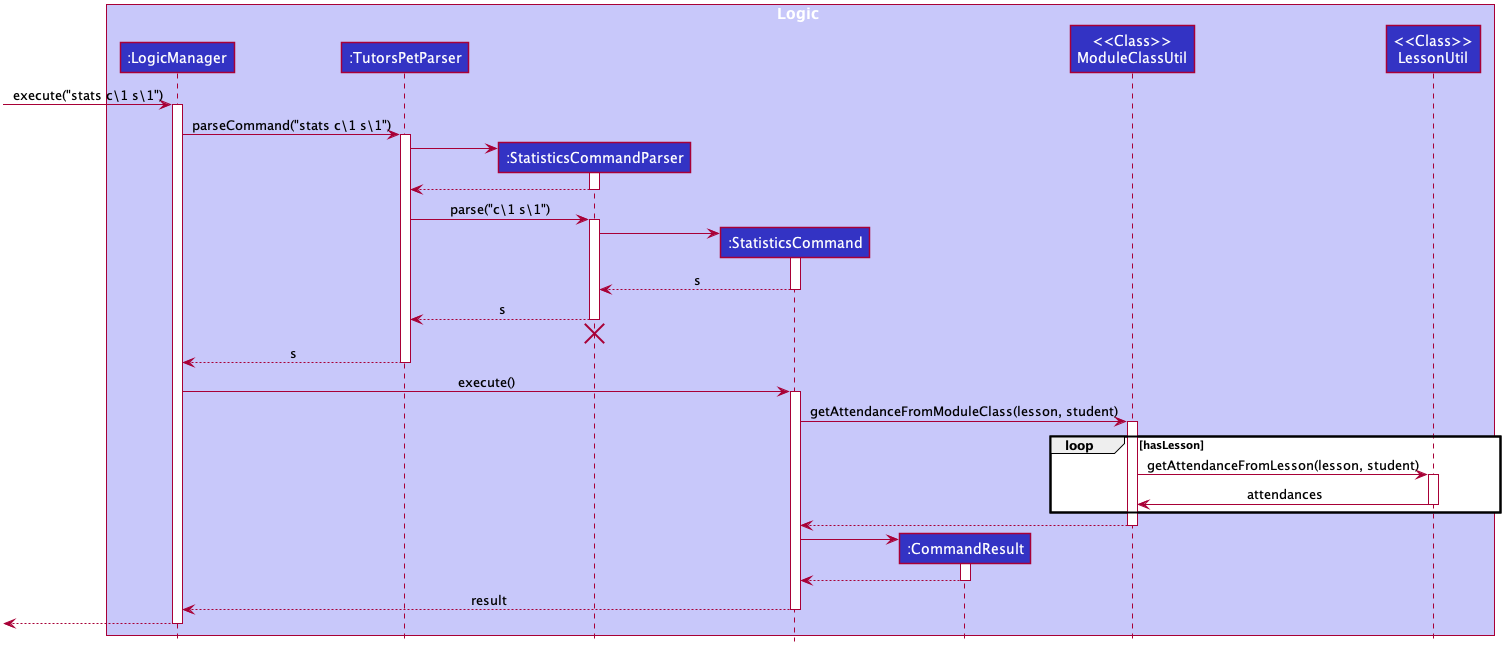
Before: docs/images/StatisticsSequenceDiagram.png, a diagram exported from PlantUML (ypinhsuan/tp).
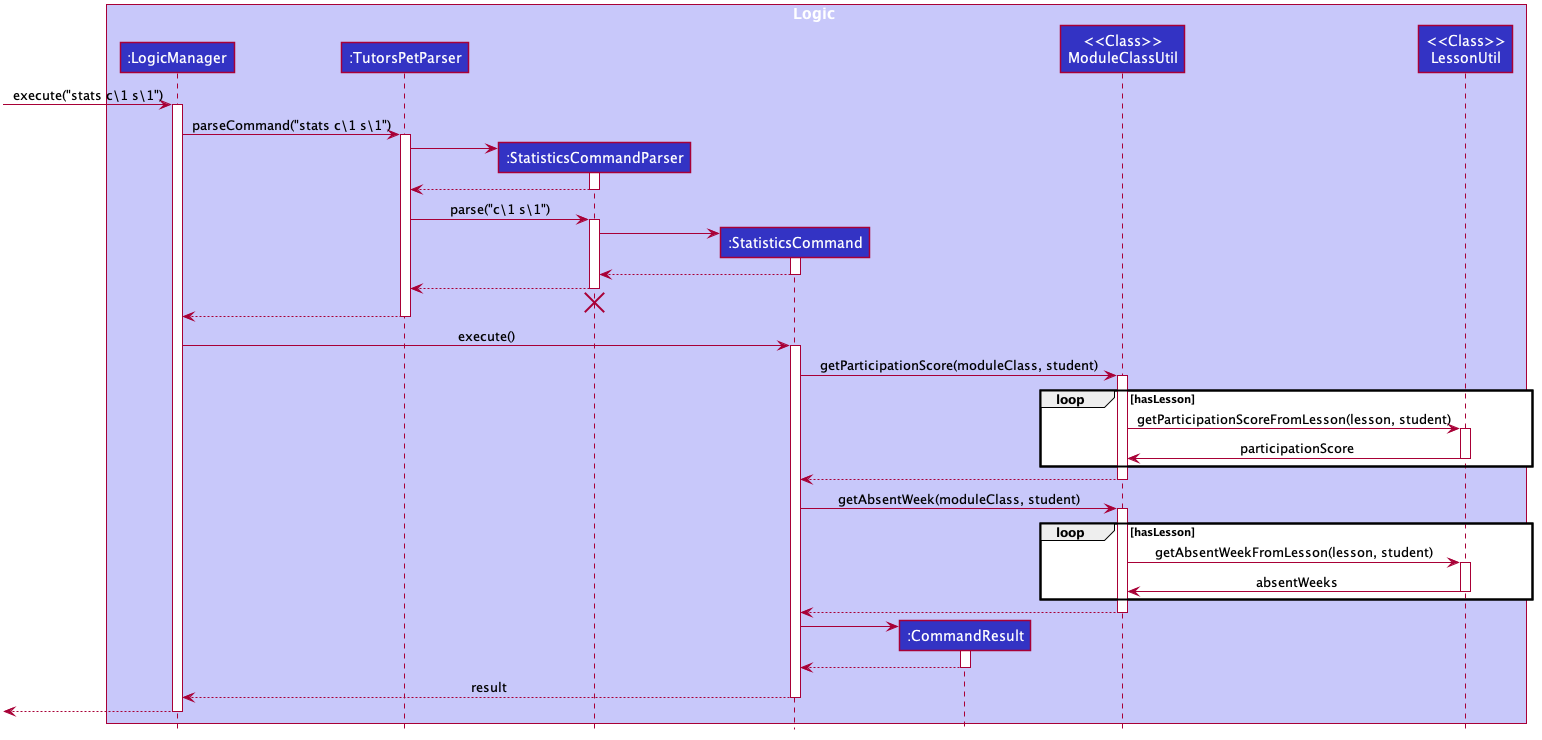
Later version of the same file.

Diff of the diagram source:
```diff
@@ -56,7 +56,6 @@
 participant ":CommandResult" as CommandResult #3333C4
 participant "<<Class>>\nModuleClassUtil" as ModuleClassUtil #3333C4
 participant "<<Class>>\nLessonUtil" as LessonUtil #3333C4
-
 end box
 
 [-> LogicManager : execute("stats c\1 s\1")
@@ -79,28 +78,42 @@
 StatisticsCommandParser -> StatisticsCommand
 activate StatisticsCommand
 
-StatisticsCommand --> StatisticsCommandParser : s
+StatisticsCommand --> StatisticsCommandParser :
 deactivate StatisticsCommand
 
-StatisticsCommandParser --> TutorsPetParser : s
+StatisticsCommandParser --> TutorsPetParser :
 deactivate StatisticsCommandParser
 StatisticsCommandParser -[hidden]-> TutorsPetParser
 destroy StatisticsCommandParser
 
-TutorsPetParser --> LogicManager : s
+TutorsPetParser --> LogicManager :
 deactivate TutorsPetParser
 
 LogicManager -> StatisticsCommand : execute()
 activate StatisticsCommand
 
-StatisticsCommand -> ModuleClassUtil : getAttendanceFromModuleClass(lesson, student)
+StatisticsCommand -> ModuleClassUtil : getParticipationScore(moduleClass, student)
 activate ModuleClassUtil
 
 loop hasLesson
-    ModuleClassUtil -> LessonUtil : getAttendanceFromLesson(lesson, student)
+    ModuleClassUtil -> LessonUtil : getParticipationScoreFromLesson(lesson, student)
     activate LessonUtil
 
-    LessonUtil -> ModuleClassUtil : attendances
+    LessonUtil -> ModuleClassUtil : participationScore
+    deactivate LessonUtil
+end
+
+ModuleClassUtil --> StatisticsCommand
+deactivate ModuleClassUtil
+
+StatisticsCommand -> ModuleClassUtil : getAbsentWeek(moduleClass, student)
+activate ModuleClassUtil
+
+loop hasLesson
+    ModuleClassUtil -> LessonUtil : getAbsentWeekFromLesson(lesson, student)
+    activate LessonUtil
+
+    LessonUtil -> ModuleClassUtil : absentWeeks
     deactivate LessonUtil
 end
 
```
